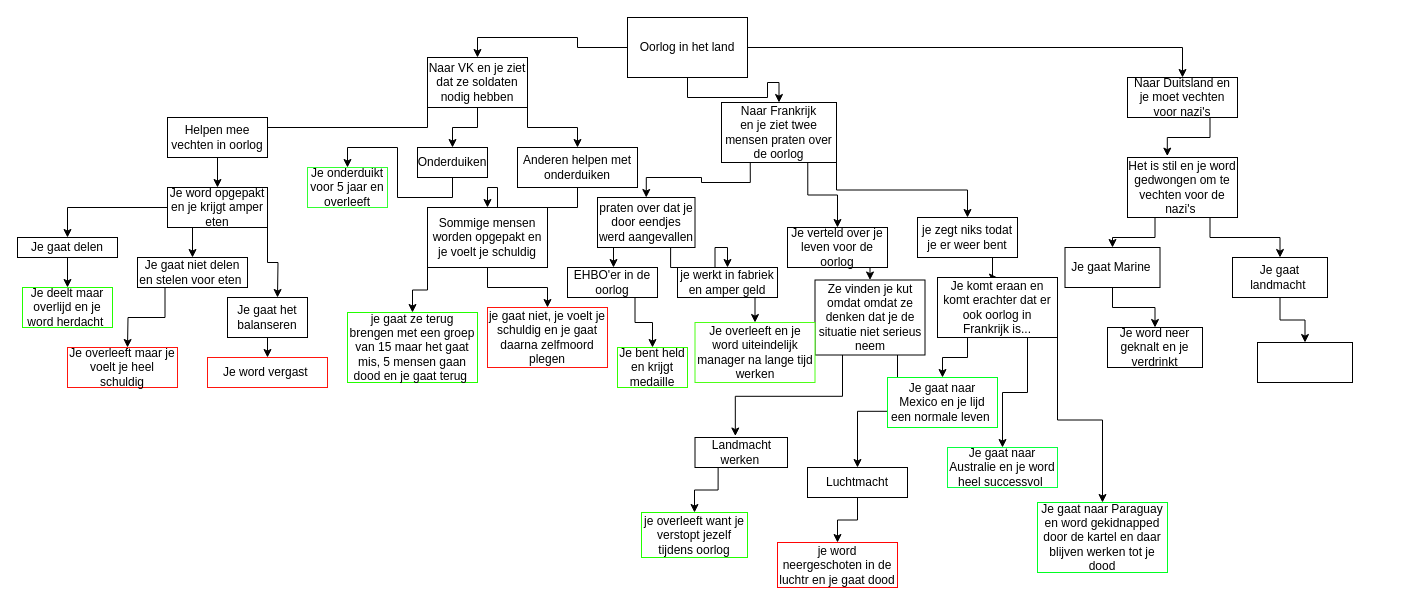
Before: Untitled Diagram.drawio in seanras02/m1Hello.You, a draw.io diagram. Source tidied: cells renumbered, new cells numbered last; positions are measured from the earlier drawing's top-left corner, leaving out a move shared by most shapes. Both pictures are drawn from the tidied source at 100%, with x=0, y=0 at pixel (17, 17).
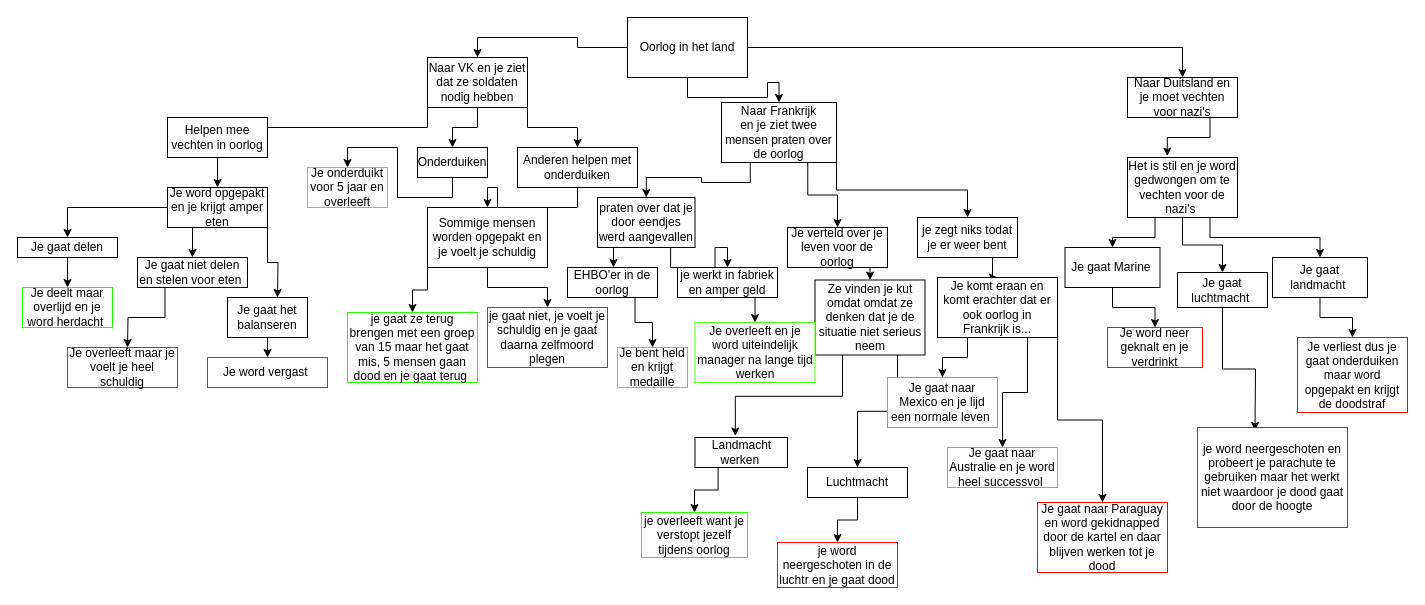
The same page after the edit.

The change refers to these unchanged cells:
```xml
<mxCell id="73" value="Het is stil en je word gedwongen om te vechten voor de nazi's&amp;nbsp;" style="rounded=0;whiteSpace=wrap;html=1;fontFamily=Helvetica;strokeColor=#000000;" parent="1" vertex="1">
  <mxGeometry x="1110" y="140" width="110" height="60" as="geometry" />
</mxCell>
```

Change to the diagram source:
```diff
@@
-    <mxCell id="70" value="Je gaat naar Paraguay en word gekidnapped door de kartel en daar blijven werken tot je dood" style="rounded=0;whiteSpace=wrap;html=1;strokeColor=#00FF22;" parent="1" vertex="1">
+    <mxCell id="70" value="Je gaat naar Paraguay en word gekidnapped door de kartel en daar blijven werken tot je dood" style="rounded=0;whiteSpace=wrap;html=1;strokeColor=#FF0000;" parent="1" vertex="1">
       <mxGeometry x="1020" y="485" width="130" height="70" as="geometry" />
     </mxCell>
@@
+    <mxCell id="80" style="edgeStyle=orthogonalEdgeStyle;rounded=0;jettySize=auto;html=1;exitX=0.5;exitY=1;exitDx=0;exitDy=0;" parent="1" edge="1" source="73" target="82">
+      <mxGeometry relative="1" as="geometry" />
+    </mxCell>
@@
     <mxCell id="77" value="Je gaat landmacht&amp;nbsp;" style="rounded=0;whiteSpace=wrap;html=1;fontFamily=Helvetica;strokeColor=#000000;" parent="1" vertex="1">
-      <mxGeometry x="1215" y="240" width="95" height="40" as="geometry" />
+      <mxGeometry x="1255" y="240" width="95" height="40" as="geometry" />
     </mxCell>
-    <mxCell id="78" style="rounded=0;whiteSpace=wrap;html=1;fontFamily=Helvetica;strokeColor=#000000;" parent="1" vertex="1">
-      <mxGeometry x="1240" y="325" width="95" height="40" as="geometry" />
+    <mxCell id="78" value="Je verliest dus je gaat onderduiken maar word opgepakt en krijgt de doodstraf" style="rounded=0;whiteSpace=wrap;html=1;fontFamily=Helvetica;strokeColor=#FF0000;" parent="1" vertex="1">
+      <mxGeometry x="1280" y="320" width="110" height="75" as="geometry" />
     </mxCell>
-    <mxCell id="79" value="Je word neer geknalt en je verdrinkt" style="rounded=0;whiteSpace=wrap;html=1;fontFamily=Helvetica;strokeColor=#000000;" parent="1" vertex="1">
+    <mxCell id="79" value="Je word neer geknalt en je verdrinkt" style="rounded=0;whiteSpace=wrap;html=1;fontFamily=Helvetica;strokeColor=#FF0800;" parent="1" vertex="1">
       <mxGeometry x="1090" y="310" width="95" height="40" as="geometry" />
     </mxCell>
+    <mxCell id="81" style="edgeStyle=orthogonalEdgeStyle;rounded=0;jettySize=auto;html=1;exitX=0.5;exitY=1;exitDx=0;exitDy=0;" parent="1" edge="1" source="82">
+      <mxGeometry relative="1" as="geometry">
+        <mxPoint x="1237.5" y="413" as="targetPoint" />
+      </mxGeometry>
+    </mxCell>
+    <mxCell id="82" value="Je gaat luchtmacht&amp;nbsp;" style="rounded=0;whiteSpace=wrap;html=1;fontFamily=Helvetica;strokeColor=#000000;" parent="1" vertex="1">
+      <mxGeometry x="1160" y="255" width="90" height="35" as="geometry" />
+    </mxCell>
+    <mxCell id="83" value="je word neergeschoten en probeert je parachute te gebruiken maar het werkt niet waardoor je dood gaat door de hoogte" style="rounded=0;whiteSpace=wrap;html=1;strokeColor=#FF0000;" parent="1" vertex="1">
+      <mxGeometry x="1180" y="410" width="150" height="100" as="geometry" />
+    </mxCell>
```
